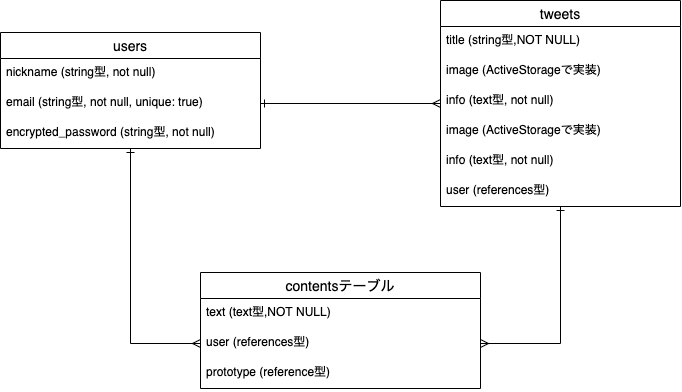
Before: ER.drawio.png, a diagram exported from draw.io (teru0429/gunpla-app). Source tidied: cells renumbered, new cells last; positions are measured from the earlier drawing's top-left corner, leaving out a move shared by most shapes.
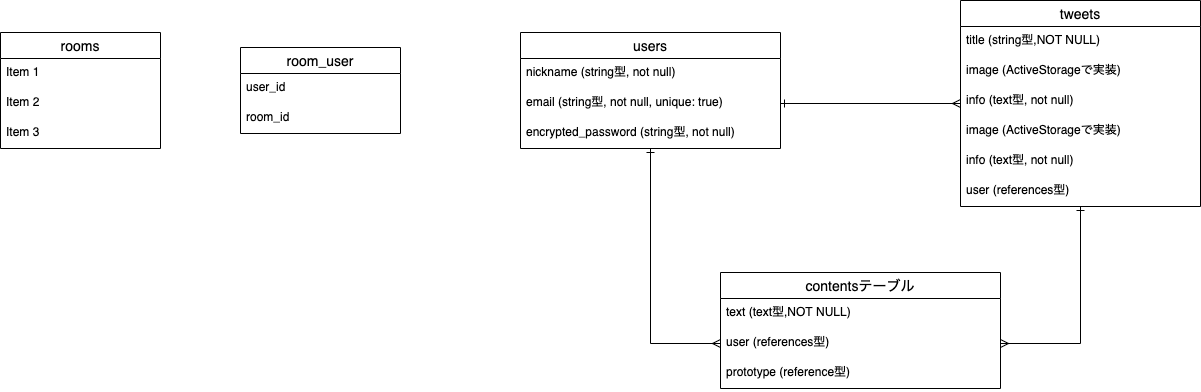
Later version of the same file.

Change to the diagram source:
```diff
@@ -56,5 +56,26 @@
     <mxCell id="19" style="edgeStyle=orthogonalEdgeStyle;rounded=0;jettySize=auto;html=1;exitX=1;exitY=0.5;exitDx=0;exitDy=0;startArrow=ERmany;startFill=0;endArrow=ERone;endFill=0;" parent="1" edge="1" source="16" target="6">
       <mxGeometry relative="1" as="geometry" />
     </mxCell>
+    <mxCell id="20" value="room_user" style="swimlane;fontStyle=0;horizontal=1;startSize=26;align=center;fontSize=14;" parent="1" vertex="1">
+      <mxGeometry x="-280" y="47" width="160" height="86" as="geometry" />
+    </mxCell>
+    <mxCell id="21" value="user_id" style="text;strokeColor=none;fillColor=none;spacingLeft=4;spacingRight=4;overflow=hidden;fontSize=12;" parent="20" vertex="1">
+      <mxGeometry y="26" width="160" height="30" as="geometry" />
+    </mxCell>
+    <mxCell id="22" value="room_id" style="text;strokeColor=none;fillColor=none;spacingLeft=4;spacingRight=4;overflow=hidden;fontSize=12;" parent="20" vertex="1">
+      <mxGeometry y="56" width="160" height="30" as="geometry" />
+    </mxCell>
+    <mxCell id="23" value="rooms" style="swimlane;fontStyle=0;horizontal=1;startSize=26;align=center;fontSize=14;" parent="1" vertex="1">
+      <mxGeometry x="-520" y="32" width="160" height="116" as="geometry" />
+    </mxCell>
+    <mxCell id="24" value="Item 1" style="text;strokeColor=none;fillColor=none;spacingLeft=4;spacingRight=4;overflow=hidden;fontSize=12;" parent="23" vertex="1">
+      <mxGeometry y="26" width="160" height="30" as="geometry" />
+    </mxCell>
+    <mxCell id="25" value="Item 2" style="text;strokeColor=none;fillColor=none;spacingLeft=4;spacingRight=4;overflow=hidden;fontSize=12;" parent="23" vertex="1">
+      <mxGeometry y="56" width="160" height="30" as="geometry" />
+    </mxCell>
+    <mxCell id="26" value="Item 3" style="text;strokeColor=none;fillColor=none;spacingLeft=4;spacingRight=4;overflow=hidden;fontSize=12;" parent="23" vertex="1">
+      <mxGeometry y="86" width="160" height="30" as="geometry" />
+    </mxCell>
   </root>
 </mxGraphModel>
```
